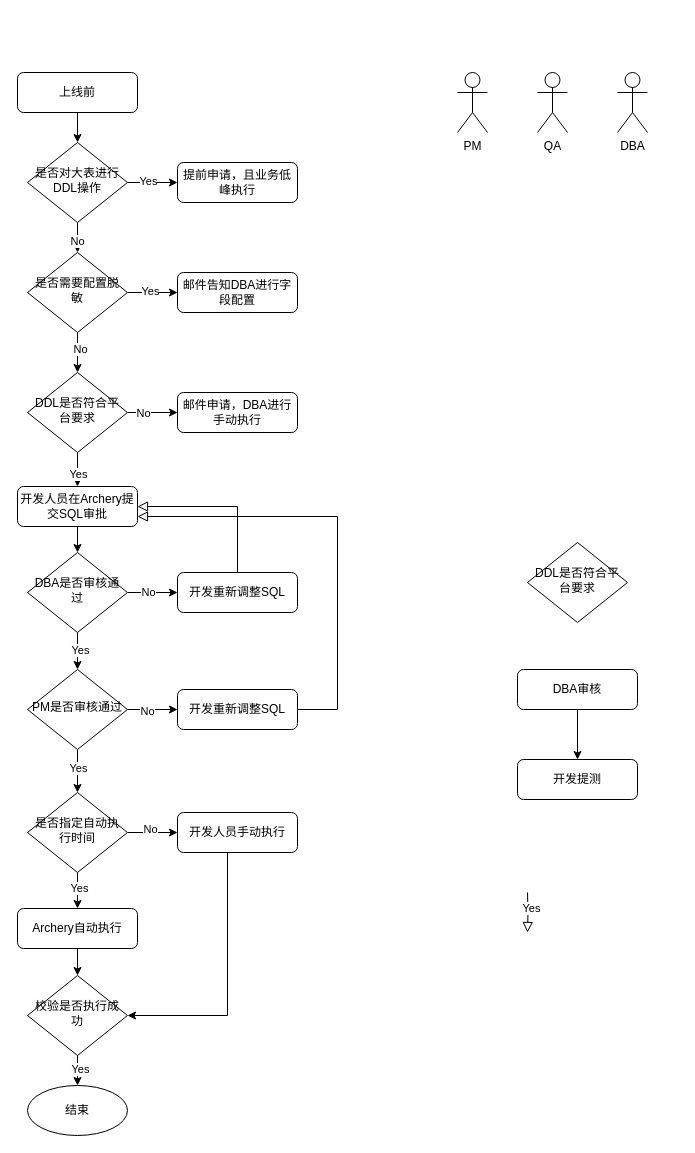
Above: page "Page-1" (1 of 2) of 未命名绘图.drawio in zhaoxin1992/diagrams (draw.io), before the change. Source tidied: cells renumbered, new cells numbered last; positions are measured from the earlier drawing's top-left corner, leaving out a move shared by most shapes. Both pictures are drawn from the tidied source at 100%, with x=0, y=0 at pixel (17, 72).
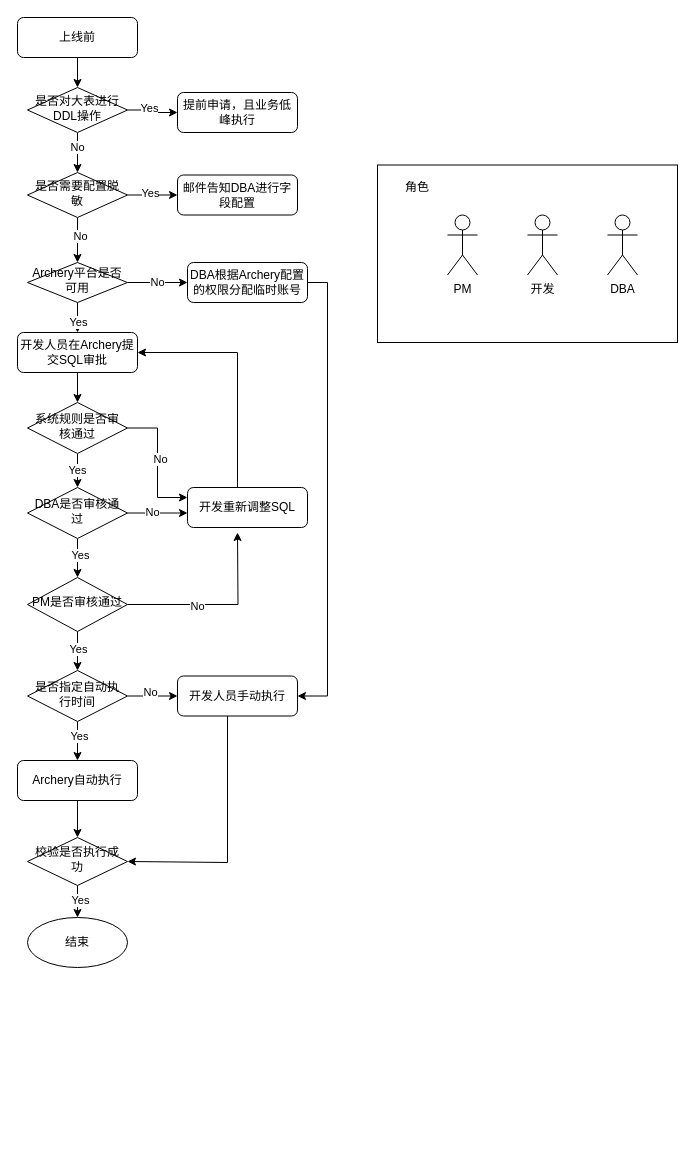
After the change.

Commit message:
更新未命名绘图.drawio

What changed in the source:
```diff
@@
+    <mxCell id="60" style="rounded=0;whiteSpace=wrap;html=1;" parent="1" vertex="1">
+      <mxGeometry x="360" y="92.5" width="300" height="177.5" as="geometry" />
+    </mxCell>
@@
     <mxCell id="3" value="上线前" style="rounded=1;whiteSpace=wrap;html=1;fontSize=12;glass=0;strokeWidth=1;shadow=0;" parent="1" vertex="1">
-      <mxGeometry width="120" height="40" as="geometry" />
+      <mxGeometry y="-55" width="120" height="40" as="geometry" />
     </mxCell>
@@
     <mxCell id="8" value="是否对大表进行DDL操作" style="rhombus;whiteSpace=wrap;html=1;shadow=0;fontFamily=Helvetica;fontSize=12;align=center;strokeWidth=1;spacing=6;spacingTop=-4;" parent="1" vertex="1">
-      <mxGeometry x="10" y="70" width="100" height="80" as="geometry" />
+      <mxGeometry x="10" y="15" width="100" height="45" as="geometry" />
     </mxCell>
     <mxCell id="9" value="提前申请，且业务低峰执行" style="rounded=1;whiteSpace=wrap;html=1;fontSize=12;glass=0;strokeWidth=1;shadow=0;" parent="1" vertex="1">
-      <mxGeometry x="160" y="90" width="120" height="40" as="geometry" />
+      <mxGeometry x="160" y="20" width="120" height="40" as="geometry" />
     </mxCell>
-    <mxCell id="10" style="edgeStyle=orthogonalEdgeStyle;rounded=0;jettySize=auto;html=1;" parent="1" edge="1" source="14" target="29">
+    <mxCell id="10" style="edgeStyle=orthogonalEdgeStyle;rounded=0;jettySize=auto;html=1;entryX=0.5;entryY=0;entryDx=0;entryDy=0;" parent="1" edge="1" source="14" target="62">
       <mxGeometry relative="1" as="geometry" />
     </mxCell>
@@
     <mxCell id="14" value="是否需要配置脱敏" style="rhombus;whiteSpace=wrap;html=1;shadow=0;fontFamily=Helvetica;fontSize=12;align=center;strokeWidth=1;spacing=6;spacingTop=-4;" parent="1" vertex="1">
-      <mxGeometry x="10" y="180" width="100" height="80" as="geometry" />
+      <mxGeometry x="10" y="100" width="100" height="45" as="geometry" />
     </mxCell>
     <mxCell id="15" value="邮件告知DBA进行字段配置" style="rounded=1;whiteSpace=wrap;html=1;fontSize=12;glass=0;strokeWidth=1;shadow=0;" parent="1" vertex="1">
-      <mxGeometry x="160" y="200" width="120" height="40" as="geometry" />
+      <mxGeometry x="160" y="102.5" width="120" height="40" as="geometry" />
     </mxCell>
     <mxCell id="16" value="PM" style="shape=umlActor;verticalLabelPosition=bottom;verticalAlign=top;html=1;" parent="1" vertex="1">
-      <mxGeometry x="440" width="30" height="60" as="geometry" />
+      <mxGeometry x="430" y="142.5" width="30" height="60" as="geometry" />
     </mxCell>
-    <mxCell id="17" value="QA" style="shape=umlActor;verticalLabelPosition=bottom;verticalAlign=top;html=1;" parent="1" vertex="1">
-      <mxGeometry x="520" width="30" height="60" as="geometry" />
+    <mxCell id="17" value="开发" style="shape=umlActor;verticalLabelPosition=bottom;verticalAlign=top;html=1;" parent="1" vertex="1">
+      <mxGeometry x="510" y="142.5" width="30" height="60" as="geometry" />
     </mxCell>
     <mxCell id="18" value="DBA" style="shape=umlActor;verticalLabelPosition=bottom;verticalAlign=top;html=1;" parent="1" vertex="1">
-      <mxGeometry x="600" width="30" height="60" as="geometry" />
+      <mxGeometry x="590" y="142.5" width="30" height="60" as="geometry" />
     </mxCell>
-    <mxCell id="19" style="edgeStyle=orthogonalEdgeStyle;rounded=0;jettySize=auto;html=1;" parent="1" edge="1" source="20" target="37">
+    <mxCell id="19" style="edgeStyle=orthogonalEdgeStyle;rounded=0;jettySize=auto;html=1;entryX=0.5;entryY=0;entryDx=0;entryDy=0;" parent="1" edge="1" source="20" target="67">
       <mxGeometry relative="1" as="geometry" />
     </mxCell>
     <mxCell id="20" value="开发人员在Archery提交SQL审批" style="rounded=1;whiteSpace=wrap;html=1;fontSize=12;glass=0;strokeWidth=1;shadow=0;" parent="1" vertex="1">
-      <mxGeometry y="414" width="120" height="40" as="geometry" />
+      <mxGeometry y="260" width="120" height="40" as="geometry" />
     </mxCell>
-    <mxCell id="21" style="edgeStyle=orthogonalEdgeStyle;rounded=0;jettySize=auto;html=1;" parent="1" edge="1" source="22" target="23">
-      <mxGeometry relative="1" as="geometry" />
-    </mxCell>
-    <mxCell id="22" value="DBA审核" style="rounded=1;whiteSpace=wrap;html=1;fontSize=12;glass=0;strokeWidth=1;shadow=0;" parent="1" vertex="1">
-      <mxGeometry x="500" y="597" width="120" height="40" as="geometry" />
-    </mxCell>
-    <mxCell id="23" value="开发提测" style="rounded=1;whiteSpace=wrap;html=1;fontSize=12;glass=0;strokeWidth=1;shadow=0;" parent="1" vertex="1">
-      <mxGeometry x="500" y="687" width="120" height="40" as="geometry" />
-    </mxCell>
-    <mxCell id="24" value="DDL是否符合平台要求" style="rhombus;whiteSpace=wrap;html=1;shadow=0;fontFamily=Helvetica;fontSize=12;align=center;strokeWidth=1;spacing=6;spacingTop=-4;" parent="1" vertex="1">
-      <mxGeometry x="510" y="470" width="100" height="80" as="geometry" />
-    </mxCell>
-    <mxCell id="25" style="edgeStyle=orthogonalEdgeStyle;rounded=0;jettySize=auto;html=1;" parent="1" edge="1" source="29" target="20">
+    <mxCell id="25" style="edgeStyle=orthogonalEdgeStyle;rounded=0;jettySize=auto;html=1;exitX=0.5;exitY=1;exitDx=0;exitDy=0;" parent="1" edge="1" source="62" target="20">
       <mxGeometry relative="1" as="geometry" />
     </mxCell>
@@
-    <mxCell id="27" style="edgeStyle=orthogonalEdgeStyle;rounded=0;jettySize=auto;html=1;" parent="1" edge="1" source="29" target="30">
-      <mxGeometry relative="1" as="geometry" />
-    </mxCell>
-    <mxCell id="28" value="No" style="edgeLabel;html=1;align=center;verticalAlign=middle;" parent="27" vertex="1">
-      <mxGeometry x="-0.4" y="1" relative="1" as="geometry">
-        <mxPoint y="1" as="offset" />
-      </mxGeometry>
-    </mxCell>
-    <mxCell id="29" value="DDL是否符合平台要求" style="rhombus;whiteSpace=wrap;html=1;shadow=0;fontFamily=Helvetica;fontSize=12;align=center;strokeWidth=1;spacing=6;spacingTop=-4;" parent="1" vertex="1">
-      <mxGeometry x="10" y="300" width="100" height="80" as="geometry" />
-    </mxCell>
-    <mxCell id="30" value="邮件申请，DBA进行手动执行" style="rounded=1;whiteSpace=wrap;html=1;fontSize=12;glass=0;strokeWidth=1;shadow=0;" parent="1" vertex="1">
-      <mxGeometry x="160" y="320" width="120" height="40" as="geometry" />
-    </mxCell>
@@
     <mxCell id="32" value="Archery自动执行" style="rounded=1;whiteSpace=wrap;html=1;fontSize=12;glass=0;strokeWidth=1;shadow=0;" parent="1" vertex="1">
-      <mxGeometry y="836" width="120" height="40" as="geometry" />
+      <mxGeometry y="688" width="120" height="40" as="geometry" />
     </mxCell>
@@
     <mxCell id="35" style="edgeStyle=orthogonalEdgeStyle;rounded=0;jettySize=auto;html=1;" parent="1" edge="1" source="37" target="38">
-      <mxGeometry relative="1" as="geometry" />
+      <mxGeometry relative="1" as="geometry">
+        <Array as="points">
+          <mxPoint x="160" y="440" />
+          <mxPoint x="160" y="440" />
+        </Array>
+      </mxGeometry>
     </mxCell>
@@
     <mxCell id="37" value="DBA是否审核通过" style="rhombus;whiteSpace=wrap;html=1;shadow=0;fontFamily=Helvetica;fontSize=12;align=center;strokeWidth=1;spacing=6;spacingTop=-4;" parent="1" vertex="1">
-      <mxGeometry x="10" y="480" width="100" height="80" as="geometry" />
+      <mxGeometry x="10" y="415" width="100" height="51" as="geometry" />
     </mxCell>
+    <mxCell id="39" style="edgeStyle=orthogonalEdgeStyle;rounded=0;jettySize=auto;html=1;entryX=1;entryY=0.5;entryDx=0;entryDy=0;" parent="1" edge="1" source="38" target="20">
+      <mxGeometry relative="1" as="geometry">
+        <Array as="points">
+          <mxPoint x="220" y="280" />
+        </Array>
+      </mxGeometry>
+    </mxCell>
     <mxCell id="38" value="开发重新调整SQL" style="rounded=1;whiteSpace=wrap;html=1;fontSize=12;glass=0;strokeWidth=1;shadow=0;" parent="1" vertex="1">
-      <mxGeometry x="160" y="500" width="120" height="40" as="geometry" />
+      <mxGeometry x="170" y="415" width="120" height="40" as="geometry" />
     </mxCell>
-    <mxCell id="39" style="edgeStyle=orthogonalEdgeStyle;rounded=0;html=1;jettySize=auto;fontSize=11;endArrow=block;endFill=0;endSize=8;strokeWidth=1;shadow=0;labelBackgroundColor=none;exitX=0.5;exitY=0;exitDx=0;exitDy=0;entryX=1;entryY=0.5;entryDx=0;entryDy=0;" parent="1" edge="1" source="38" target="20">
-      <mxGeometry y="10" relative="1" as="geometry">
-        <Array as="points">
-          <mxPoint x="220" y="434" />
-        </Array>
-      </mxGeometry>
-    </mxCell>
@@
-    <mxCell id="42" style="edgeStyle=orthogonalEdgeStyle;rounded=0;jettySize=auto;html=1;" parent="1" edge="1" source="44" target="45">
-      <mxGeometry relative="1" as="geometry" />
+    <mxCell id="42" style="edgeStyle=orthogonalEdgeStyle;rounded=0;jettySize=auto;html=1;" parent="1" edge="1" source="44">
+      <mxGeometry relative="1" as="geometry">
+        <mxPoint x="220" y="460" as="targetPoint" />
+      </mxGeometry>
     </mxCell>
@@
     <mxCell id="44" value="PM是否审核通过" style="rhombus;whiteSpace=wrap;html=1;shadow=0;fontFamily=Helvetica;fontSize=12;align=center;strokeWidth=1;spacing=6;spacingTop=-4;" parent="1" vertex="1">
-      <mxGeometry x="10" y="597" width="100" height="80" as="geometry" />
+      <mxGeometry x="10" y="505" width="100" height="54" as="geometry" />
     </mxCell>
-    <mxCell id="45" value="开发重新调整SQL" style="rounded=1;whiteSpace=wrap;html=1;fontSize=12;glass=0;strokeWidth=1;shadow=0;" parent="1" vertex="1">
-      <mxGeometry x="160" y="617" width="120" height="40" as="geometry" />
-    </mxCell>
-    <mxCell id="46" style="edgeStyle=orthogonalEdgeStyle;rounded=0;html=1;jettySize=auto;fontSize=11;endArrow=block;endFill=0;endSize=8;strokeWidth=1;shadow=0;labelBackgroundColor=none;exitX=1;exitY=0.5;exitDx=0;exitDy=0;entryX=1;entryY=0.75;entryDx=0;entryDy=0;" parent="1" edge="1" source="45" target="20">
-      <mxGeometry y="10" relative="1" as="geometry">
-        <Array as="points">
-          <mxPoint x="320" y="637" />
-          <mxPoint x="320" y="444" />
-        </Array>
-      </mxGeometry>
-    </mxCell>
@@
     <mxCell id="51" value="是否指定自动执行时间" style="rhombus;whiteSpace=wrap;html=1;shadow=0;fontFamily=Helvetica;fontSize=12;align=center;strokeWidth=1;spacing=6;spacingTop=-4;" parent="1" vertex="1">
-      <mxGeometry x="10" y="720" width="100" height="80" as="geometry" />
+      <mxGeometry x="10" y="598" width="100" height="51" as="geometry" />
     </mxCell>
-    <mxCell id="52" style="rounded=0;html=1;jettySize=auto;orthogonalLoop=1;fontSize=11;endArrow=block;endFill=0;endSize=8;strokeWidth=1;shadow=0;labelBackgroundColor=none;edgeStyle=orthogonalEdgeStyle;" parent="1" edge="1">
-      <mxGeometry x="0.33" y="20" relative="1" as="geometry">
-        <mxPoint x="510" y="820" as="sourcePoint" />
-        <mxPoint x="510" y="860" as="targetPoint" />
-      </mxGeometry>
-    </mxCell>
-    <mxCell id="53" value="Yes" style="edgeLabel;html=1;align=center;verticalAlign=middle;" parent="52" vertex="1">
-      <mxGeometry x="-0.26" y="3" relative="1" as="geometry" />
-    </mxCell>
     <mxCell id="54" style="edgeStyle=orthogonalEdgeStyle;rounded=0;jettySize=auto;html=1;entryX=1;entryY=0.5;entryDx=0;entryDy=0;" parent="1" edge="1" source="55" target="58">
       <mxGeometry relative="1" as="geometry">
         <Array as="points">
-          <mxPoint x="210" y="943" />
+          <mxPoint x="210" y="790" />
         </Array>
       </mxGeometry>
     </mxCell>
     <mxCell id="55" value="开发人员手动执行" style="rounded=1;whiteSpace=wrap;html=1;fontSize=12;glass=0;strokeWidth=1;shadow=0;" parent="1" vertex="1">
-      <mxGeometry x="160" y="740" width="120" height="40" as="geometry" />
+      <mxGeometry x="160" y="603.5" width="120" height="40" as="geometry" />
     </mxCell>
@@
     <mxCell id="58" value="校验是否执行成功" style="rhombus;whiteSpace=wrap;html=1;shadow=0;fontFamily=Helvetica;fontSize=12;align=center;strokeWidth=1;spacing=6;spacingTop=-4;" parent="1" vertex="1">
-      <mxGeometry x="10" y="903" width="100" height="80" as="geometry" />
+      <mxGeometry x="10" y="765" width="100" height="48" as="geometry" />
     </mxCell>
     <mxCell id="59" value="结束" style="ellipse;whiteSpace=wrap;html=1;" parent="1" vertex="1">
-      <mxGeometry x="10" y="1013" width="100" height="50" as="geometry" />
+      <mxGeometry x="10" y="845" width="100" height="50" as="geometry" />
     </mxCell>
+    <mxCell id="61" value="No" style="edgeStyle=orthogonalEdgeStyle;rounded=0;jettySize=auto;html=1;exitX=1;exitY=0.5;exitDx=0;exitDy=0;" parent="1" edge="1" source="62">
+      <mxGeometry relative="1" as="geometry">
+        <mxPoint x="170" y="210" as="targetPoint" />
+      </mxGeometry>
+    </mxCell>
+    <mxCell id="62" value="Archery平台是否可用" style="rhombus;whiteSpace=wrap;html=1;shadow=0;fontFamily=Helvetica;fontSize=12;align=center;strokeWidth=1;spacing=6;spacingTop=-4;" parent="1" vertex="1">
+      <mxGeometry x="10" y="190" width="100" height="40" as="geometry" />
+    </mxCell>
+    <mxCell id="63" style="edgeStyle=orthogonalEdgeStyle;rounded=0;jettySize=auto;html=1;exitX=1;exitY=0.5;exitDx=0;exitDy=0;entryX=1;entryY=0.5;entryDx=0;entryDy=0;" parent="1" edge="1" source="64" target="55">
+      <mxGeometry relative="1" as="geometry" />
+    </mxCell>
+    <mxCell id="64" value="DBA根据Archery配置的权限分配临时账号" style="rounded=1;whiteSpace=wrap;html=1;fontSize=12;glass=0;strokeWidth=1;shadow=0;" parent="1" vertex="1">
+      <mxGeometry x="170" y="190" width="120" height="40" as="geometry" />
+    </mxCell>
+    <mxCell id="65" value="角色" style="text;html=1;strokeColor=none;fillColor=none;align=center;verticalAlign=middle;whiteSpace=wrap;rounded=0;" parent="1" vertex="1">
+      <mxGeometry x="370" y="100" width="60" height="30" as="geometry" />
+    </mxCell>
+    <mxCell id="53" value="Yes" style="edgeStyle=orthogonalEdgeStyle;rounded=0;jettySize=auto;html=1;" parent="1" edge="1" source="67" target="37">
+      <mxGeometry relative="1" as="geometry" />
+    </mxCell>
+    <mxCell id="66" style="edgeStyle=orthogonalEdgeStyle;rounded=0;jettySize=auto;html=1;exitX=1;exitY=0.5;exitDx=0;exitDy=0;entryX=0;entryY=0.25;entryDx=0;entryDy=0;" parent="1" edge="1" source="67" target="38">
+      <mxGeometry relative="1" as="geometry" />
+    </mxCell>
+    <mxCell id="28" value="No" style="edgeLabel;html=1;align=center;verticalAlign=middle;" parent="66" vertex="1">
+      <mxGeometry x="-0.06" y="2" relative="1" as="geometry" />
+    </mxCell>
+    <mxCell id="67" value="系统规则是否审核通过" style="rhombus;whiteSpace=wrap;html=1;shadow=0;fontFamily=Helvetica;fontSize=12;align=center;strokeWidth=1;spacing=6;spacingTop=-4;" parent="1" vertex="1">
+      <mxGeometry x="10" y="330" width="100" height="51" as="geometry" />
+    </mxCell>
```
